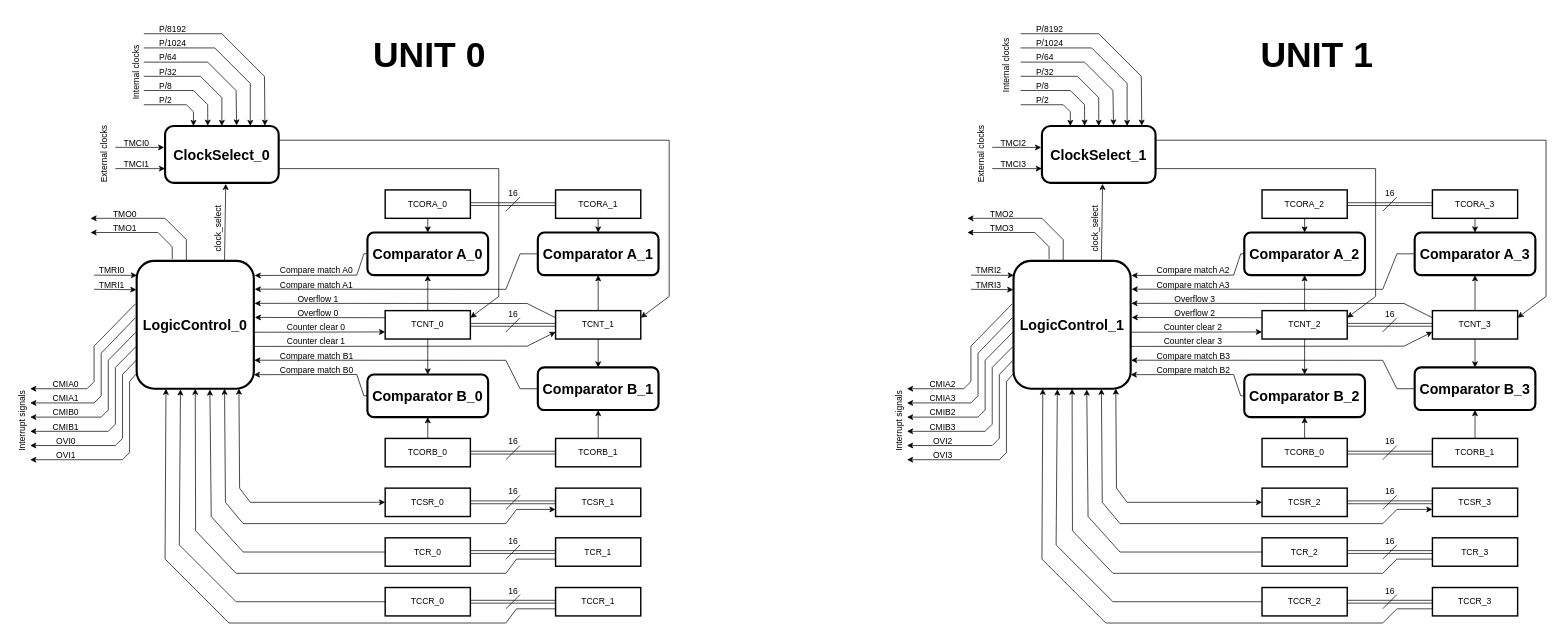
This is 8bit_Timer.drawio from phat-tech123/8-bit-Timer, a draw.io file, before an edit. Source tidied: cells renumbered, new cells numbered last; positions are measured from the earlier drawing's top-left corner, leaving out a move shared by most shapes. Both pictures are drawn from the tidied source at 71%, with x=0, y=0 at pixel (-16, 12).
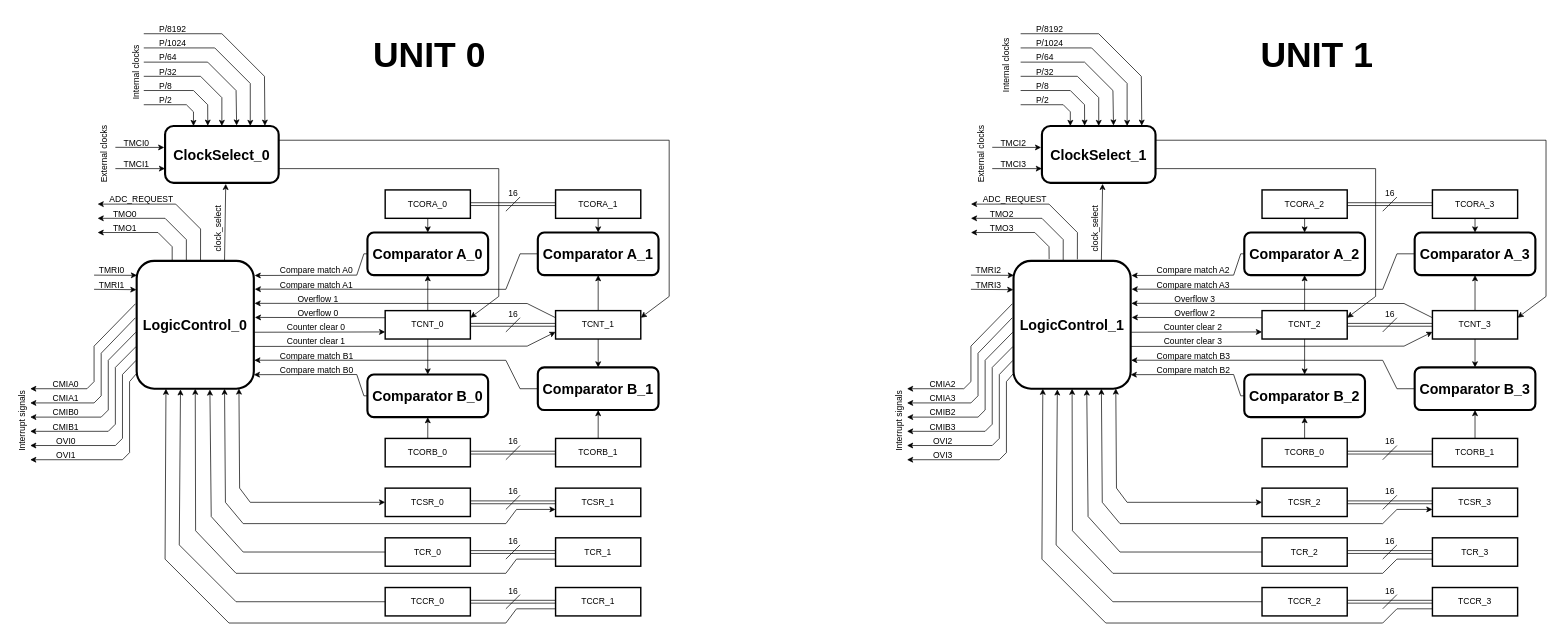
After the change.

Unchanged cells that the change refers to:
```xml
<mxCell id="3" value="&lt;font style=&quot;font-size: 20px;&quot;&gt;LogicControl_0&lt;/font&gt;" style="rounded=1;whiteSpace=wrap;html=1;strokeWidth=3;fontStyle=1;" parent="1" vertex="1">
  <mxGeometry x="215" y="350" width="165" height="180" as="geometry" />
</mxCell>
<mxCell id="103" value="&lt;font style=&quot;font-size: 20px;&quot;&gt;LogicControl_1&lt;/font&gt;" style="rounded=1;whiteSpace=wrap;html=1;strokeWidth=3;fontStyle=1;" parent="1" vertex="1">
  <mxGeometry x="1450" y="350" width="165" height="180" as="geometry" />
</mxCell>
```

Change to the diagram source:
```diff
@@
     <mxCell id="53" style="endArrow=classic;html=1;rounded=0;exitX=0.424;exitY=0;exitDx=0;exitDy=0;exitPerimeter=0;" parent="1" edge="1" source="3">
       <mxGeometry relative="1" as="geometry">
-        <mxPoint x="150" y="290" as="targetPoint" />
+        <mxPoint x="160" y="290" as="targetPoint" />
         <Array as="points">
           <mxPoint x="285" y="320" />
           <mxPoint x="255" y="290" />
         </Array>
       </mxGeometry>
     </mxCell>
-    <mxCell id="54" style="endArrow=classic;html=1;rounded=0;exitX=0.304;exitY=-0.015;exitDx=0;exitDy=0;exitPerimeter=0;" parent="1" edge="1" source="3">
+    <mxCell id="54" style="endArrow=classic;html=1;rounded=0;exitX=0.303;exitY=-0.006;exitDx=0;exitDy=0;exitPerimeter=0;" parent="1" edge="1" source="3">
       <mxGeometry relative="1" as="geometry">
-        <mxPoint x="150" y="310" as="targetPoint" />
+        <mxPoint x="160" y="310" as="targetPoint" />
         <Array as="points">
           <mxPoint x="265" y="330" />
           <mxPoint x="245" y="310" />
         </Array>
       </mxGeometry>
     </mxCell>
@@
     <mxCell id="153" style="endArrow=classic;html=1;rounded=0;exitX=0.424;exitY=0;exitDx=0;exitDy=0;exitPerimeter=0;" parent="1" edge="1" source="103">
       <mxGeometry relative="1" as="geometry">
-        <mxPoint x="1385" y="290" as="targetPoint" />
+        <mxPoint x="1390" y="290" as="targetPoint" />
         <Array as="points">
           <mxPoint x="1520" y="320" />
           <mxPoint x="1490" y="290" />
         </Array>
       </mxGeometry>
     </mxCell>
     <mxCell id="154" style="endArrow=classic;html=1;rounded=0;exitX=0.304;exitY=-0.015;exitDx=0;exitDy=0;exitPerimeter=0;" parent="1" edge="1" source="103">
       <mxGeometry relative="1" as="geometry">
-        <mxPoint x="1385" y="310" as="targetPoint" />
+        <mxPoint x="1390" y="310" as="targetPoint" />
         <Array as="points">
           <mxPoint x="1500" y="330" />
           <mxPoint x="1480" y="310" />
         </Array>
       </mxGeometry>
     </mxCell>
@@
+    <mxCell id="222" style="endArrow=classic;html=1;rounded=0;exitX=0.545;exitY=0;exitDx=0;exitDy=0;exitPerimeter=0;" parent="1" edge="1" source="3">
+      <mxGeometry relative="1" as="geometry">
+        <mxPoint x="160" y="270" as="targetPoint" />
+        <Array as="points">
+          <mxPoint x="305" y="305" />
+          <mxPoint x="270" y="270" />
+        </Array>
+      </mxGeometry>
+    </mxCell>
+    <mxCell id="223" style="endArrow=classic;html=1;rounded=0;exitX=0.545;exitY=-0.012;exitDx=0;exitDy=0;exitPerimeter=0;" parent="1" edge="1" source="103">
+      <mxGeometry relative="1" as="geometry">
+        <mxPoint x="1390" y="270" as="targetPoint" />
+        <Array as="points">
+          <mxPoint x="1540" y="310" />
+          <mxPoint x="1500" y="270" />
+        </Array>
+      </mxGeometry>
+    </mxCell>
+    <mxCell id="224" value="ADC_REQUEST" style="text;whiteSpace=wrap;" parent="1" vertex="1">
+      <mxGeometry x="1405" y="250" width="70" height="40" as="geometry" />
+    </mxCell>
+    <mxCell id="225" value="ADC_REQUEST" style="text;whiteSpace=wrap;" parent="1" vertex="1">
+      <mxGeometry x="175" y="250" width="70" height="40" as="geometry" />
+    </mxCell>
```
